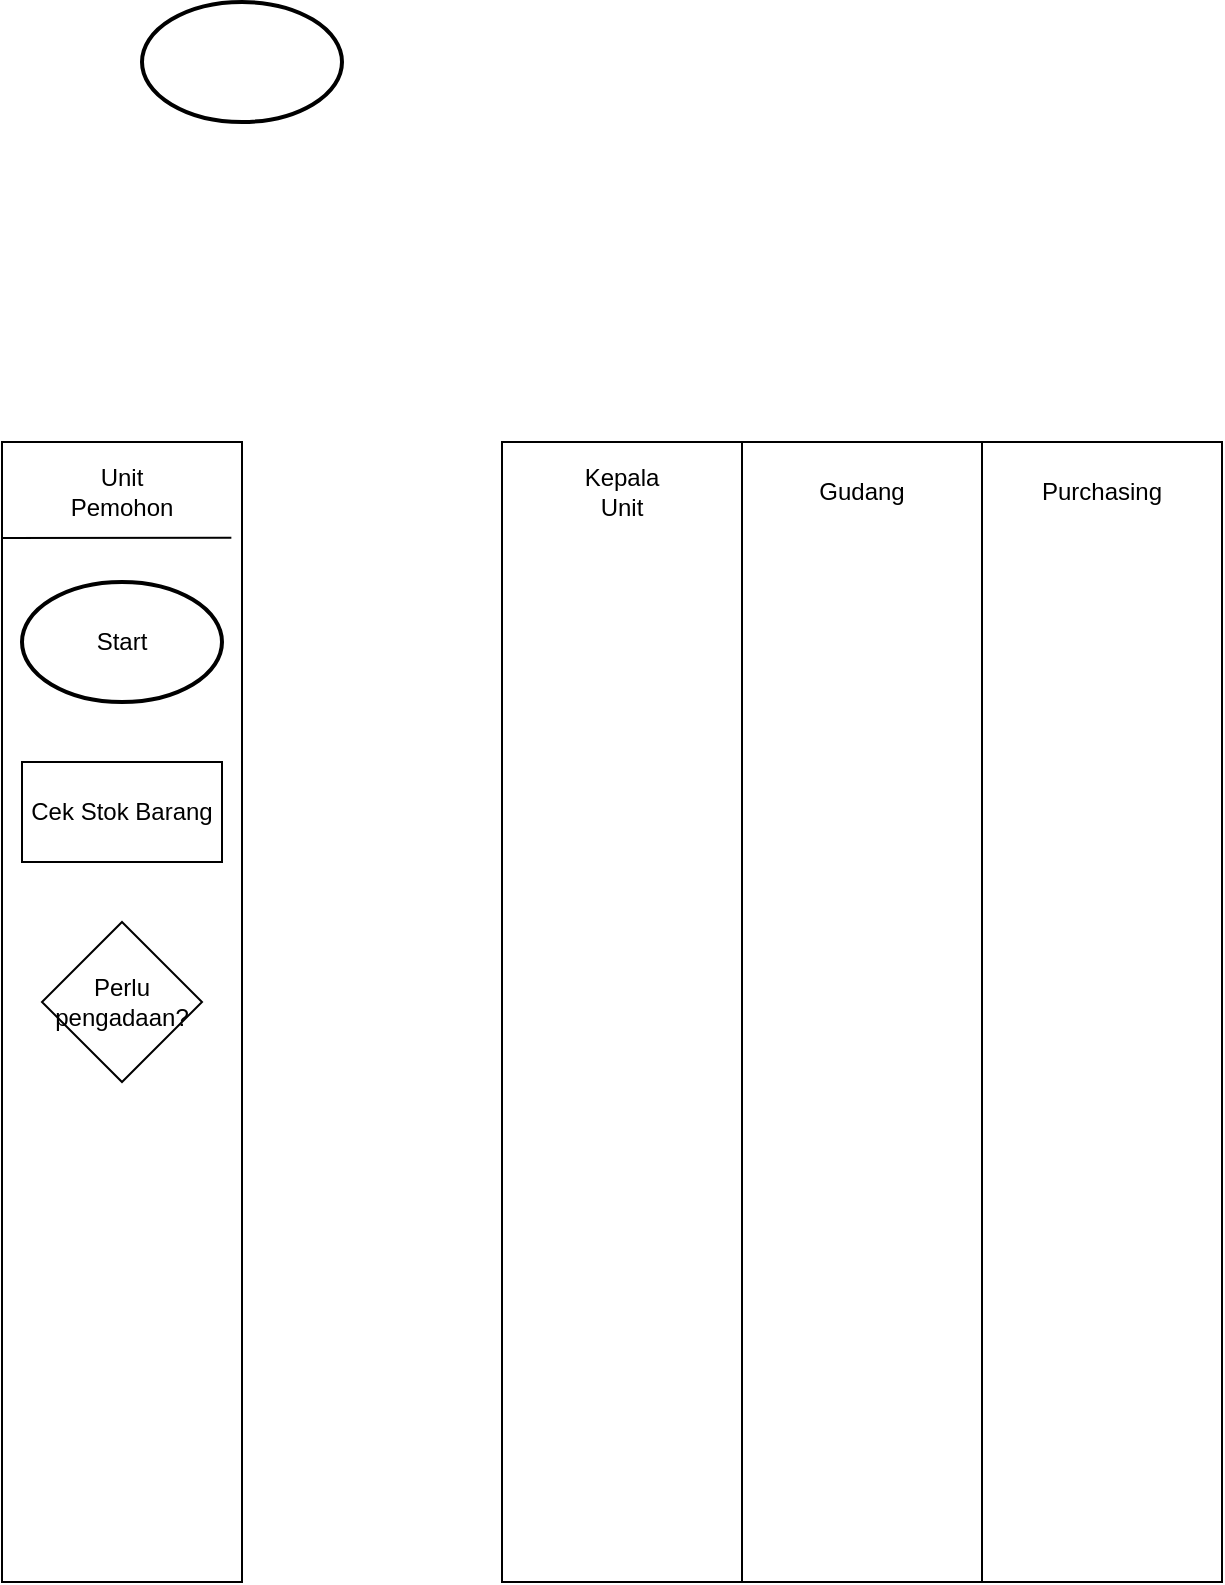
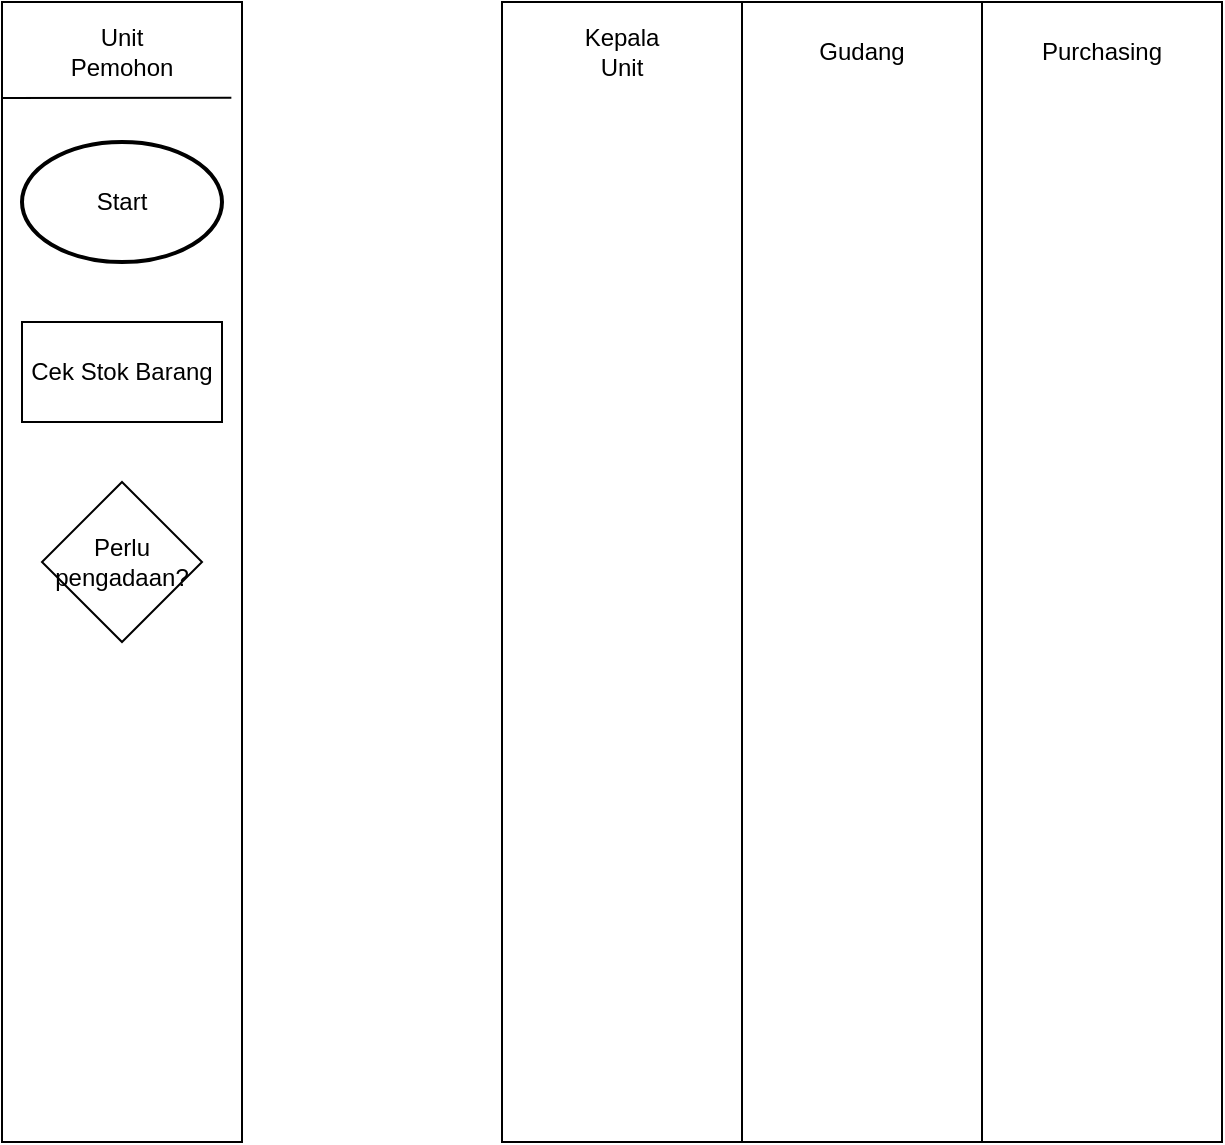
<mxfile host="app.diagrams.net">
  <diagram name="Page-1" id="-7YdF_Z_4hD_neaPn9do">
-     <mxGraphModel dx="751" dy="423" grid="1" gridSize="10" guides="1" tooltips="1" connect="1" arrows="1" fold="1" page="1" pageScale="1" pageWidth="850" pageHeight="1100" math="0" shadow="0">
+     <mxGraphModel dx="1502" dy="846" grid="1" gridSize="10" guides="1" tooltips="1" connect="1" arrows="1" fold="1" page="1" pageScale="1" pageWidth="850" pageHeight="1100" math="0" shadow="0">
      <root>
        <mxCell id="0" />
        <mxCell id="1" parent="0" />
-         <mxCell id="29Mq2g_LqxQwG_Og5L03-2" parent="1" style="strokeWidth=2;html=1;shape=mxgraph.flowchart.start_1;whiteSpace=wrap;" value="" vertex="1">
-           <mxGeometry height="60" width="100" x="100" y="80" as="geometry" />
-         </mxCell>
        <mxCell id="29Mq2g_LqxQwG_Og5L03-31" connectable="0" parent="1" style="group" value="" vertex="1">
          <mxGeometry height="570" width="170" x="30" y="300" as="geometry" />
        </mxCell>
        <mxCell id="29Mq2g_LqxQwG_Og5L03-17" parent="29Mq2g_LqxQwG_Og5L03-31" style="rounded=0;whiteSpace=wrap;html=1;" value="" vertex="1">
          <mxGeometry height="570" width="120" as="geometry" />
        </mxCell>
        <mxCell id="29Mq2g_LqxQwG_Og5L03-23" parent="29Mq2g_LqxQwG_Og5L03-31" style="text;html=1;whiteSpace=wrap;strokeColor=none;fillColor=none;align=center;verticalAlign=middle;rounded=0;" value="Unit Pemohon" vertex="1">
          <mxGeometry height="30" width="60" x="30" y="10" as="geometry" />
        </mxCell>
        <mxCell id="29Mq2g_LqxQwG_Og5L03-30" parent="29Mq2g_LqxQwG_Og5L03-31" style="strokeWidth=2;html=1;shape=mxgraph.flowchart.start_1;whiteSpace=wrap;" value="Start" vertex="1">
          <mxGeometry height="60" width="100" x="10" y="70" as="geometry" />
        </mxCell>
        <mxCell id="29Mq2g_LqxQwG_Og5L03-38" edge="1" parent="29Mq2g_LqxQwG_Og5L03-31" style="endArrow=none;html=1;rounded=0;entryX=0.989;entryY=0.084;entryDx=0;entryDy=0;entryPerimeter=0;" value="">
          <mxGeometry height="50" relative="1" width="50" as="geometry">
            <mxPoint y="48" as="sourcePoint" />
            <mxPoint x="114.68000000000006" y="47.879999999999995" as="targetPoint" />
          </mxGeometry>
        </mxCell>
        <mxCell id="29Mq2g_LqxQwG_Og5L03-43" parent="29Mq2g_LqxQwG_Og5L03-31" style="rounded=0;whiteSpace=wrap;html=1;" value="Cek Stok Barang" vertex="1">
          <mxGeometry height="50" width="100" x="10" y="160" as="geometry" />
        </mxCell>
        <mxCell id="29Mq2g_LqxQwG_Og5L03-44" parent="29Mq2g_LqxQwG_Og5L03-31" style="rhombus;whiteSpace=wrap;html=1;" value="Perlu pengadaan?" vertex="1">
          <mxGeometry height="80" width="80" x="20" y="240" as="geometry" />
        </mxCell>
        <mxCell id="29Mq2g_LqxQwG_Og5L03-33" connectable="0" parent="1" style="group" value="" vertex="1">
          <mxGeometry height="570" width="120" x="280" y="300" as="geometry" />
        </mxCell>
        <mxCell id="29Mq2g_LqxQwG_Og5L03-18" parent="29Mq2g_LqxQwG_Og5L03-33" style="rounded=0;whiteSpace=wrap;html=1;" value="" vertex="1">
          <mxGeometry height="570" width="120" as="geometry" />
        </mxCell>
        <mxCell id="29Mq2g_LqxQwG_Og5L03-24" parent="29Mq2g_LqxQwG_Og5L03-33" style="text;html=1;whiteSpace=wrap;strokeColor=none;fillColor=none;align=center;verticalAlign=middle;rounded=0;" value="Kepala Unit" vertex="1">
          <mxGeometry height="30" width="60" x="30" y="10" as="geometry" />
        </mxCell>
        <mxCell id="29Mq2g_LqxQwG_Og5L03-34" connectable="0" parent="1" style="group" value="" vertex="1">
          <mxGeometry height="570" width="120" x="400" y="300" as="geometry" />
        </mxCell>
        <mxCell id="29Mq2g_LqxQwG_Og5L03-19" parent="29Mq2g_LqxQwG_Og5L03-34" style="rounded=0;whiteSpace=wrap;html=1;" value="" vertex="1">
          <mxGeometry height="570" width="120" as="geometry" />
        </mxCell>
        <mxCell id="29Mq2g_LqxQwG_Og5L03-25" parent="29Mq2g_LqxQwG_Og5L03-34" style="text;html=1;whiteSpace=wrap;strokeColor=none;fillColor=none;align=center;verticalAlign=middle;rounded=0;" value="Gudang" vertex="1">
          <mxGeometry height="30" width="60" x="30" y="10" as="geometry" />
        </mxCell>
        <mxCell id="29Mq2g_LqxQwG_Og5L03-35" connectable="0" parent="1" style="group" value="" vertex="1">
          <mxGeometry height="570" width="120" x="520" y="300" as="geometry" />
        </mxCell>
        <mxCell id="29Mq2g_LqxQwG_Og5L03-20" parent="29Mq2g_LqxQwG_Og5L03-35" style="rounded=0;whiteSpace=wrap;html=1;" value="" vertex="1">
          <mxGeometry height="570" width="120" as="geometry" />
        </mxCell>
        <mxCell id="29Mq2g_LqxQwG_Og5L03-26" parent="29Mq2g_LqxQwG_Og5L03-35" style="text;html=1;whiteSpace=wrap;strokeColor=none;fillColor=none;align=center;verticalAlign=middle;rounded=0;" value="Purchasing" vertex="1">
          <mxGeometry height="30" width="60" x="30" y="10" as="geometry" />
        </mxCell>
      </root>
    </mxGraphModel>
  </diagram>
</mxfile>
